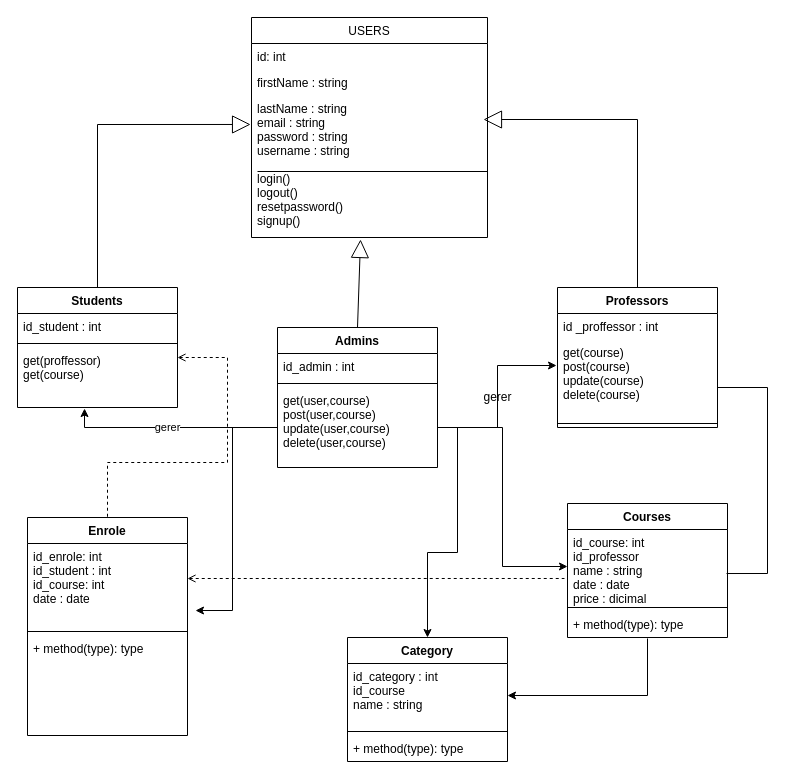
This is uml/classDiagram.drawio from Babylon-Youcode/E-learning-platforme, a draw.io file, before an edit. Source tidied: cells renumbered, new cells numbered last; positions are measured from the earlier drawing's top-left corner, leaving out a move shared by most shapes. Both pictures are drawn from the tidied source at 100%, with x=0, y=0 at pixel (17, 17).
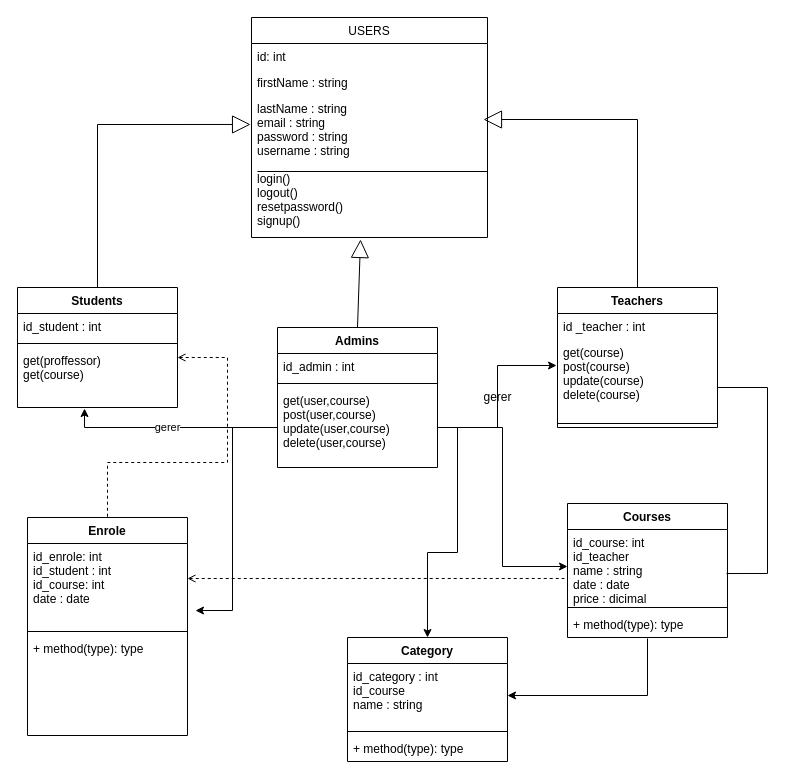
Above is the later version.

Unchanged cells that the change refers to:
```xml
<mxCell id="23" value="Courses" style="swimlane;fontStyle=1;align=center;verticalAlign=top;horizontal=1;startSize=26;" parent="1" vertex="1">
  <mxGeometry x="550" y="486" width="160" height="134" as="geometry" />
</mxCell>
```

Change to the diagram source:
```diff
@@
-    <mxCell id="15" value="Professors&#10;" style="swimlane;fontStyle=1;align=center;verticalAlign=top;horizontal=1;startSize=26;" parent="1" vertex="1">
+    <mxCell id="15" value="Teachers" style="swimlane;fontStyle=1;align=center;verticalAlign=top;horizontal=1;startSize=26;" parent="1" vertex="1">
       <mxGeometry x="540" y="270" width="160" height="140" as="geometry" />
     </mxCell>
-    <mxCell id="16" value="id _proffessor : int" style="text;strokeColor=none;fillColor=none;align=left;verticalAlign=top;spacingLeft=4;spacingRight=4;overflow=hidden;" parent="15" vertex="1">
+    <mxCell id="16" value="id _teacher : int" style="text;strokeColor=none;fillColor=none;align=left;verticalAlign=top;spacingLeft=4;spacingRight=4;overflow=hidden;" parent="15" vertex="1">
       <mxGeometry y="26" width="160" height="26" as="geometry" />
     </mxCell>
@@
-    <mxCell id="24" value="id_course: int&#10;id_professor&#10;name : string&#10;date : date&#10;price : dicimal" style="text;strokeColor=none;fillColor=none;align=left;verticalAlign=top;spacingLeft=4;spacingRight=4;overflow=hidden;points=[[0,0.5],[1,0.5]];portConstraint=eastwest;" parent="23" vertex="1">
+    <mxCell id="24" value="id_course: int&#10;id_teacher&#10;name : string&#10;date : date&#10;price : dicimal" style="text;strokeColor=none;fillColor=none;align=left;verticalAlign=top;spacingLeft=4;spacingRight=4;overflow=hidden;points=[[0,0.5],[1,0.5]];portConstraint=eastwest;" parent="23" vertex="1">
       <mxGeometry y="26" width="160" height="74" as="geometry" />
     </mxCell>
```
